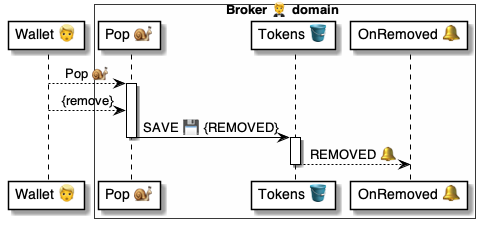
This is 4 ⚙️ Solution/20 🧑‍🦰 UI/Brokers 🤵/🤵🪣 Broker tables/Tokens 🎫 table/🪣🔔 8 Removed/🤵 OnTokenRemoved ⚙️ uml.png from pollyweb-org/pollyweb-docs, a PlantUML export, as it was before one commit. Its source is kept beside it as 4 ⚙️ Solution/20 🧑‍🦰 UI/Brokers 🤵/🤵🪣 Broker tables/Tokens 🎫 table/🪣🔔 8 Removed/🤵 OnTokenRemoved ⚙️ uml.puml. Its diagram source:
```plantuml
@startuml OnTokenRemoved

participant "Wallet 👱" as wallet

box Broker 🤵 domain #FFFFFA
    participant "Pop 🐌" as pop
    participant "Tokens 🪣" as tokens
    participant "OnRemoved 🔔" as removed
end box



wallet --> pop: Pop 🐌

activate pop
    wallet --> pop: {remove}
    pop -> tokens: SAVE 💾 {REMOVED}
deactivate pop

activate tokens
    tokens --> removed: REMOVED 🔔
deactivate tokens


@enduml
```
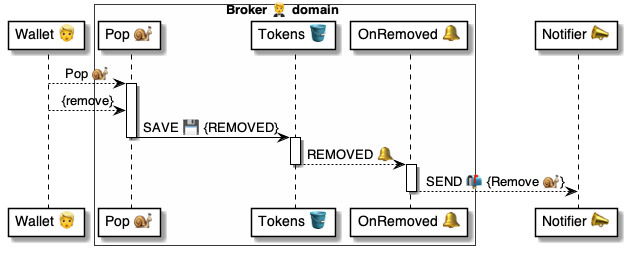
Above is the later version.

What changed in the source:
```diff
@@ -1,13 +1,12 @@
 @startuml OnTokenRemoved
 
 participant "Wallet 👱" as wallet
-
 box Broker 🤵 domain #FFFFFA
     participant "Pop 🐌" as pop
     participant "Tokens 🪣" as tokens
     participant "OnRemoved 🔔" as removed
 end box
-
+participant "Notifier 📣" as notifier
 
 
 wallet --> pop: Pop 🐌
@@ -21,5 +20,8 @@
     tokens --> removed: REMOVED 🔔
 deactivate tokens
 
+activate removed
+    removed --> notifier: SEND 📬 {Remove 🐌}
+deactivate removed
 
 @enduml
```
